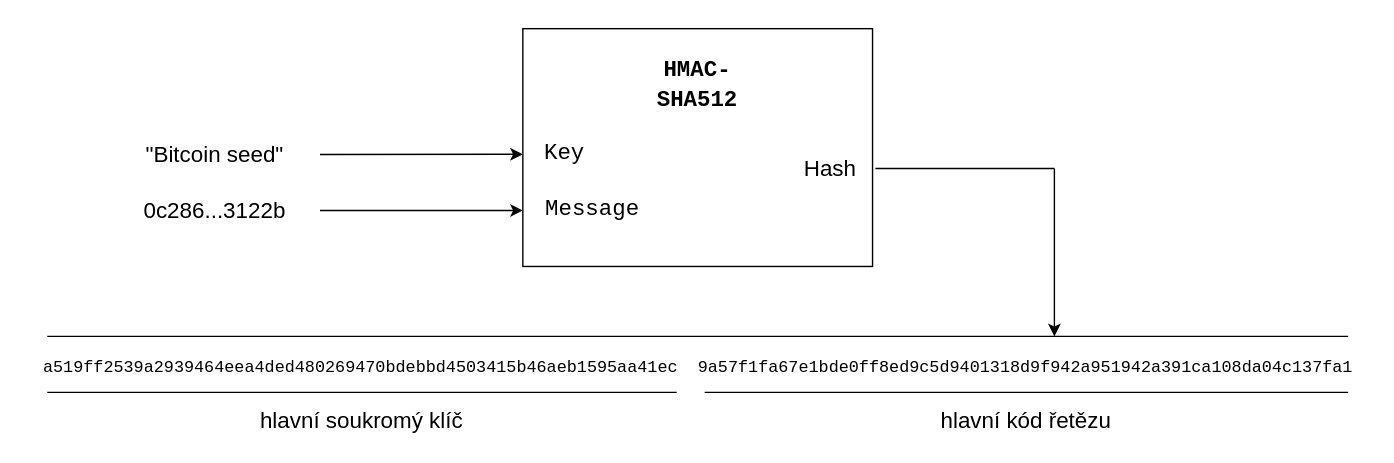
Before: img/xkey.svg, a diagram exported from draw.io (iWarpBTC/iWarpBTC.github.io). Source tidied: cells renumbered, new cells last; positions are measured from the earlier drawing's top-left corner, leaving out a move shared by most shapes.
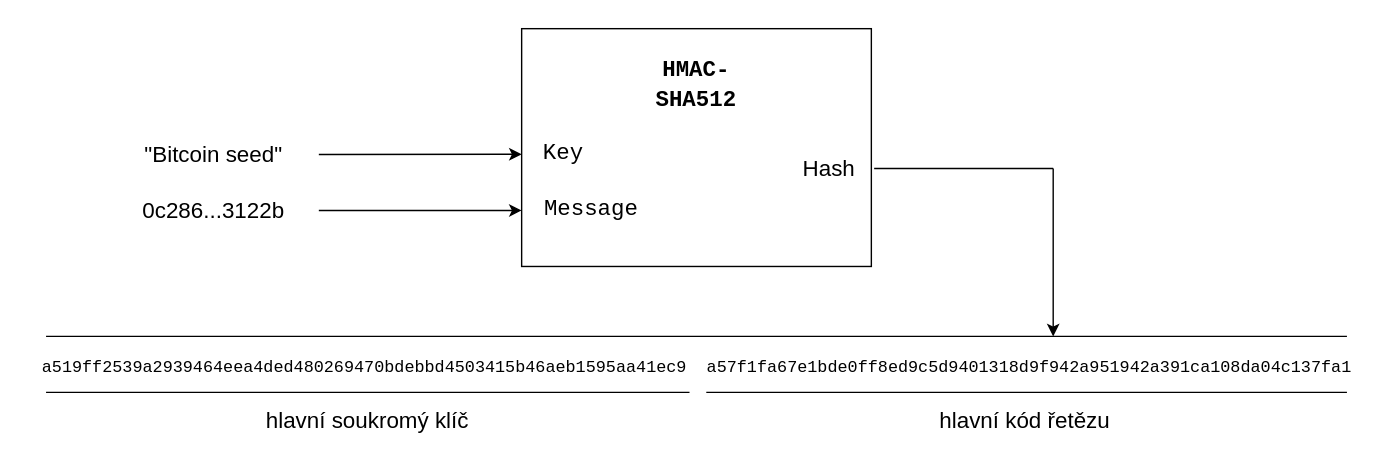
Later version of the same file.

The edit, as a diff of the source:
```diff
@@ -36,7 +36,7 @@
     <mxCell id="10" value="0c286...3122b" style="text;html=1;strokeColor=none;fillColor=none;align=center;verticalAlign=middle;whiteSpace=wrap;rounded=0;labelBackgroundColor=none;fontSize=16;fontColor=#000000;" parent="1" vertex="1">
       <mxGeometry x="57" y="120" width="150" height="20" as="geometry" />
     </mxCell>
-    <mxCell id="11" value="&lt;font style=&quot;font-size: 12px&quot; face=&quot;Courier&quot;&gt;a519ff2539a2939464eea4ded480269470bdebbd4503415b46aeb1595aa41ec&amp;nbsp; 9a57f1fa67e1bde0ff8ed9c5d9401318d9f942a951942a391ca108da04c137fa1&lt;/font&gt;" style="text;html=1;strokeColor=none;fillColor=none;align=center;verticalAlign=middle;whiteSpace=wrap;rounded=0;labelBackgroundColor=none;fontSize=16;fontColor=#000000;" parent="1" vertex="1">
+    <mxCell id="11" value="&lt;font style=&quot;font-size: 12px&quot; face=&quot;Courier&quot;&gt;a519ff2539a2939464eea4ded480269470bdebbd4503415b46aeb1595aa41ec9 &amp;nbsp;a57f1fa67e1bde0ff8ed9c5d9401318d9f942a951942a391ca108da04c137fa1&lt;/font&gt;" style="text;html=1;strokeColor=none;fillColor=none;align=center;verticalAlign=middle;whiteSpace=wrap;rounded=0;labelBackgroundColor=none;fontSize=16;fontColor=#000000;" parent="1" vertex="1">
       <mxGeometry x="-0.5" y="230" width="955" height="20" as="geometry" />
     </mxCell>
     <mxCell id="12" style="endArrow=classic;html=1;fontSize=16;fontColor=#000000;" parent="1" edge="1">
@@ -52,17 +52,17 @@
       </mxGeometry>
     </mxCell>
     <mxCell id="14" value="hlavní soukromý klíč" style="text;html=1;strokeColor=none;fillColor=none;align=center;verticalAlign=middle;whiteSpace=wrap;rounded=0;labelBackgroundColor=none;fontSize=16;fontColor=#000000;" parent="1" vertex="1">
-      <mxGeometry x="12" y="270" width="450" height="20" as="geometry" />
+      <mxGeometry x="12" y="270" width="460" height="20" as="geometry" />
     </mxCell>
     <mxCell id="15" style="endArrow=none;html=1;fontSize=16;fontColor=#000000;" parent="1" edge="1">
       <mxGeometry relative="1" as="geometry">
         <mxPoint x="12" y="260" as="sourcePoint" />
-        <mxPoint x="462" y="260" as="targetPoint" />
+        <mxPoint x="472" y="260" as="targetPoint" />
       </mxGeometry>
     </mxCell>
     <mxCell id="16" style="endArrow=none;html=1;fontSize=16;fontColor=#000000;" parent="1" edge="1">
       <mxGeometry relative="1" as="geometry">
-        <mxPoint x="482" y="260" as="sourcePoint" />
+        <mxPoint x="484" y="260" as="sourcePoint" />
         <mxPoint x="942" y="260" as="targetPoint" />
       </mxGeometry>
     </mxCell>
```
